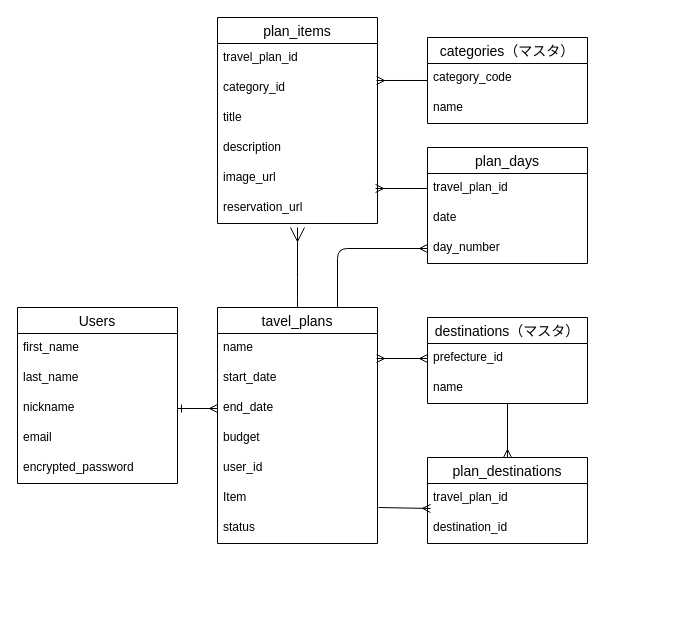
Ri9mochi/tripease keeps this draw.io diagram as page "ページ1" (1 of 2) of .dio. Above is the earlier version. Source tidied: cells renumbered, new cells numbered last; positions are measured from the earlier drawing's top-left corner, leaving out a move shared by most shapes. Both pictures are drawn from the tidied source at 100%, with x=0, y=0 at pixel (17, 17).
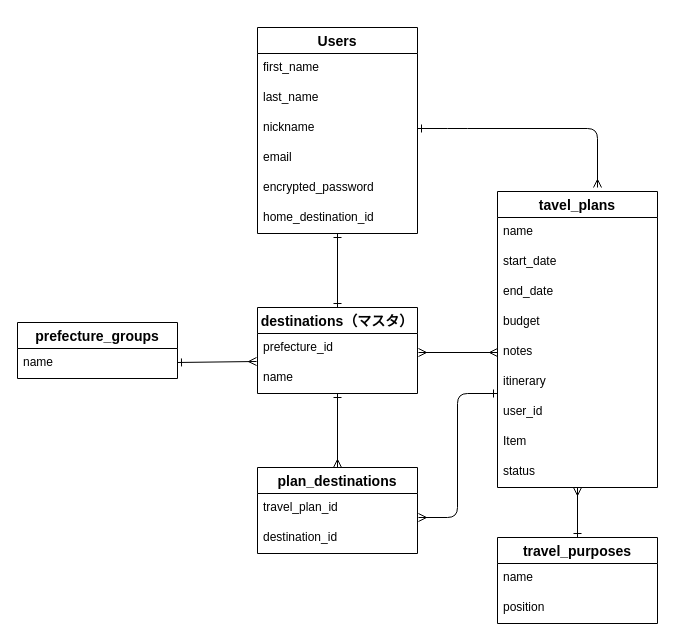
After the change.

Commit message (it also covers changes not shown here):
ReadmeとER図の修正

The change refers to these unchanged cells:
```xml
<mxCell id="6" value="nickname" style="text;strokeColor=none;fillColor=none;spacingLeft=4;spacingRight=4;overflow=hidden;points=[[0,0.5],[1,0.5]];portConstraint=eastwest;fontSize=12;whiteSpace=wrap;html=1;" parent="3" vertex="1">
  <mxGeometry y="86" width="160" height="30" as="geometry" />
</mxCell>
<mxCell id="12" value="name" style="text;strokeColor=none;fillColor=none;spacingLeft=4;spacingRight=4;overflow=hidden;points=[[0,0.5],[1,0.5]];portConstraint=eastwest;fontSize=12;whiteSpace=wrap;html=1;" parent="11" vertex="1">
  <mxGeometry y="26" width="160" height="30" as="geometry" />
</mxCell>
<mxCell id="14" value="end_date" style="text;strokeColor=none;fillColor=none;spacingLeft=4;spacingRight=4;overflow=hidden;points=[[0,0.5],[1,0.5]];portConstraint=eastwest;fontSize=12;whiteSpace=wrap;html=1;" parent="11" vertex="1">
  <mxGeometry y="86" width="160" height="30" as="geometry" />
</mxCell>
<mxCell id="29" value="prefecture_id" style="text;strokeColor=none;fillColor=none;spacingLeft=4;spacingRight=4;overflow=hidden;points=[[0,0.5],[1,0.5]];portConstraint=eastwest;fontSize=12;whiteSpace=wrap;html=1;" parent="28" vertex="1">
  <mxGeometry y="26" width="160" height="30" as="geometry" />
</mxCell>
<mxCell id="41" value="travel_plan_id" style="text;strokeColor=none;fillColor=none;spacingLeft=4;spacingRight=4;overflow=hidden;points=[[0,0.5],[1,0.5]];portConstraint=eastwest;fontSize=12;whiteSpace=wrap;html=1;" parent="40" vertex="1">
  <mxGeometry y="26" width="160" height="30" as="geometry" />
</mxCell>
```

What changed in the source:
```diff
@@
-    <mxCell id="2" style="edgeStyle=none;html=1;entryX=0;entryY=0.5;entryDx=0;entryDy=0;endArrow=ERmany;endFill=0;jumpSize=10;endSize=6;startArrow=ERone;startFill=0;startSize=6;exitX=1;exitY=0.5;exitDx=0;exitDy=0;" parent="1" edge="1" source="6" target="14">
-      <mxGeometry relative="1" as="geometry" />
-    </mxCell>
+    <mxCell id="45" style="edgeStyle=none;html=1;exitX=1;exitY=0.5;exitDx=0;exitDy=0;endArrow=ERmany;endFill=0;startArrow=ERone;startFill=0;" parent="1" edge="1" source="6">
+      <mxGeometry relative="1" as="geometry">
+        <mxPoint x="580" y="170" as="targetPoint" />
+        <Array as="points">
+          <mxPoint x="440" y="111" />
+          <mxPoint x="580" y="111" />
+        </Array>
+      </mxGeometry>
+    </mxCell>
+    <mxCell id="46" style="edgeStyle=none;html=1;entryX=0.5;entryY=0;entryDx=0;entryDy=0;endArrow=ERone;endFill=0;startArrow=ERone;startFill=0;" parent="1" edge="1" source="3" target="28">
+      <mxGeometry relative="1" as="geometry" />
+    </mxCell>
-    <mxCell id="3" value="Users" style="swimlane;fontStyle=0;horizontal=1;startSize=26;align=center;fontSize=14;" parent="1" vertex="1">
-      <mxGeometry y="290" width="160" height="176" as="geometry" />
+    <mxCell id="3" value="Users" style="swimlane;fontStyle=1;horizontal=1;startSize=26;align=center;fontSize=14;" parent="1" vertex="1">
+      <mxGeometry x="240" y="10" width="160" height="206" as="geometry" />
     </mxCell>
@@
-    <mxCell id="9" style="edgeStyle=none;html=1;endArrow=ERmany;endFill=0;endSize=12;" parent="1" edge="1" source="11">
-      <mxGeometry relative="1" as="geometry">
-        <mxPoint x="280" y="210" as="targetPoint" />
-        <Array as="points">
-          <mxPoint x="280" y="270" />
-        </Array>
-      </mxGeometry>
-    </mxCell>
-    <mxCell id="10" style="edgeStyle=none;html=1;exitX=0.75;exitY=0;exitDx=0;exitDy=0;entryX=0;entryY=0.5;entryDx=0;entryDy=0;endArrow=ERmany;endFill=0;" parent="1" edge="1" source="11" target="35">
-      <mxGeometry relative="1" as="geometry">
-        <Array as="points">
-          <mxPoint x="320" y="231" />
-        </Array>
-      </mxGeometry>
-    </mxCell>
+    <mxCell id="47" value="home_destination_id" style="text;strokeColor=none;fillColor=none;spacingLeft=4;spacingRight=4;overflow=hidden;fontSize=12;whiteSpace=wrap;html=1;" parent="3" vertex="1">
+      <mxGeometry y="176" width="160" height="30" as="geometry" />
+    </mxCell>
+    <mxCell id="48" style="edgeStyle=none;html=1;entryX=0.5;entryY=0;entryDx=0;entryDy=0;endArrow=ERone;endFill=0;startArrow=ERmany;startFill=0;" parent="1" edge="1" source="11" target="37">
+      <mxGeometry relative="1" as="geometry" />
+    </mxCell>
+    <mxCell id="49" style="edgeStyle=none;html=1;exitX=0;exitY=0.5;exitDx=0;exitDy=0;endArrow=ERmany;endFill=0;startArrow=ERmany;startFill=0;" parent="1" edge="1" source="50">
+      <mxGeometry relative="1" as="geometry">
+        <mxPoint x="401" y="335" as="targetPoint" />
+      </mxGeometry>
+    </mxCell>
-    <mxCell id="11" value="tavel_plans" style="swimlane;fontStyle=0;horizontal=1;startSize=26;align=center;fontSize=14;" parent="1" vertex="1">
-      <mxGeometry x="200" y="290" width="160" height="236" as="geometry" />
+    <mxCell id="11" value="tavel_plans" style="swimlane;fontStyle=1;horizontal=1;startSize=26;align=center;fontSize=14;" parent="1" vertex="1">
+      <mxGeometry x="480" y="174" width="160" height="296" as="geometry" />
     </mxCell>
@@
+    <mxCell id="50" value="notes" style="text;strokeColor=none;fillColor=none;spacingLeft=4;spacingRight=4;overflow=hidden;points=[[0,0.5],[1,0.5]];portConstraint=eastwest;fontSize=12;whiteSpace=wrap;html=1;" parent="11" vertex="1">
+      <mxGeometry y="146" width="160" height="30" as="geometry" />
+    </mxCell>
+    <mxCell id="51" value="itinerary" style="text;strokeColor=none;fillColor=none;spacingLeft=4;spacingRight=4;overflow=hidden;fontSize=12;whiteSpace=wrap;html=1;" parent="11" vertex="1">
+      <mxGeometry y="176" width="160" height="30" as="geometry" />
+    </mxCell>
     <mxCell id="16" value="user_id" style="text;strokeColor=none;fillColor=none;spacingLeft=4;spacingRight=4;overflow=hidden;fontSize=12;whiteSpace=wrap;html=1;" parent="11" vertex="1">
-      <mxGeometry y="146" width="160" height="30" as="geometry" />
+      <mxGeometry y="206" width="160" height="30" as="geometry" />
     </mxCell>
     <mxCell id="17" value="Item" style="text;strokeColor=none;fillColor=none;spacingLeft=4;spacingRight=4;overflow=hidden;fontSize=12;whiteSpace=wrap;html=1;" parent="11" vertex="1">
-      <mxGeometry y="176" width="160" height="30" as="geometry" />
+      <mxGeometry y="236" width="160" height="30" as="geometry" />
     </mxCell>
     <mxCell id="18" value="status" style="text;strokeColor=none;fillColor=none;spacingLeft=4;spacingRight=4;overflow=hidden;fontSize=12;whiteSpace=wrap;html=1;" parent="11" vertex="1">
-      <mxGeometry y="206" width="160" height="30" as="geometry" />
+      <mxGeometry y="266" width="160" height="30" as="geometry" />
     </mxCell>
@@
-    <mxCell id="20" value="plan_items" style="swimlane;fontStyle=0;horizontal=1;startSize=26;align=center;fontSize=14;" parent="1" vertex="1">
-      <mxGeometry x="200" width="160" height="206" as="geometry" />
-    </mxCell>
-    <mxCell id="21" value="travel_plan_id" style="text;strokeColor=none;fillColor=none;spacingLeft=4;spacingRight=4;overflow=hidden;fontSize=12;whiteSpace=wrap;html=1;" parent="20" vertex="1">
-      <mxGeometry y="26" width="160" height="30" as="geometry" />
-    </mxCell>
-    <mxCell id="22" value="category_id" style="text;strokeColor=none;fillColor=none;spacingLeft=4;spacingRight=4;overflow=hidden;points=[[0,0.5],[1,0.5]];portConstraint=eastwest;fontSize=12;whiteSpace=wrap;html=1;" parent="20" vertex="1">
-      <mxGeometry y="56" width="160" height="30" as="geometry" />
-    </mxCell>
-    <mxCell id="23" value="title" style="text;strokeColor=none;fillColor=none;spacingLeft=4;spacingRight=4;overflow=hidden;fontSize=12;whiteSpace=wrap;html=1;" parent="20" vertex="1">
-      <mxGeometry y="86" width="160" height="30" as="geometry" />
-    </mxCell>
-    <mxCell id="24" value="description" style="text;strokeColor=none;fillColor=none;spacingLeft=4;spacingRight=4;overflow=hidden;fontSize=12;whiteSpace=wrap;html=1;" parent="20" vertex="1">
-      <mxGeometry y="116" width="160" height="30" as="geometry" />
-    </mxCell>
-    <mxCell id="25" value="image_url" style="text;strokeColor=none;fillColor=none;spacingLeft=4;spacingRight=4;overflow=hidden;points=[[0,0.5],[1,0.5]];portConstraint=eastwest;fontSize=12;whiteSpace=wrap;html=1;" parent="20" vertex="1">
-      <mxGeometry y="146" width="160" height="30" as="geometry" />
-    </mxCell>
-    <mxCell id="26" value="reservation_url" style="text;strokeColor=none;fillColor=none;spacingLeft=4;spacingRight=4;overflow=hidden;fontSize=12;whiteSpace=wrap;html=1;" parent="20" vertex="1">
-      <mxGeometry y="176" width="160" height="30" as="geometry" />
-    </mxCell>
-    <mxCell id="27" style="edgeStyle=none;html=1;entryX=0.5;entryY=0;entryDx=0;entryDy=0;endArrow=ERmany;endFill=0;" parent="1" edge="1" source="28" target="40">
+    <mxCell id="27" style="edgeStyle=none;html=1;entryX=0.5;entryY=0;entryDx=0;entryDy=0;endArrow=ERmany;endFill=0;startArrow=ERone;startFill=0;" parent="1" edge="1" source="28" target="40">
       <mxGeometry relative="1" as="geometry" />
     </mxCell>
-    <mxCell id="28" value="destinations（マスタ）" style="swimlane;fontStyle=0;horizontal=1;startSize=26;align=center;fontSize=14;" parent="1" vertex="1">
-      <mxGeometry x="410" y="300" width="160" height="86" as="geometry" />
+    <mxCell id="28" value="destinations（マスタ）" style="swimlane;fontStyle=1;horizontal=1;startSize=26;align=center;fontSize=14;" parent="1" vertex="1">
+      <mxGeometry x="240" y="290" width="160" height="86" as="geometry" />
     </mxCell>
@@
-    <mxCell id="31" style="edgeStyle=none;html=1;endArrow=ERmany;endFill=0;exitX=0;exitY=0.5;exitDx=0;exitDy=0;entryX=0.988;entryY=0.833;entryDx=0;entryDy=0;entryPerimeter=0;" parent="1" edge="1" source="33" target="25">
-      <mxGeometry relative="1" as="geometry" />
-    </mxCell>
-    <mxCell id="32" value="plan_days" style="swimlane;fontStyle=0;horizontal=1;startSize=26;align=center;fontSize=14;" parent="1" vertex="1">
-      <mxGeometry x="410" y="130" width="160" height="116" as="geometry" />
-    </mxCell>
-    <mxCell id="33" value="travel_plan_id" style="text;strokeColor=none;fillColor=none;spacingLeft=4;spacingRight=4;overflow=hidden;points=[[0,0.5],[1,0.5]];portConstraint=eastwest;fontSize=12;whiteSpace=wrap;html=1;" parent="32" vertex="1">
-      <mxGeometry y="26" width="160" height="30" as="geometry" />
-    </mxCell>
-    <mxCell id="34" value="date" style="text;strokeColor=none;fillColor=none;spacingLeft=4;spacingRight=4;overflow=hidden;fontSize=12;whiteSpace=wrap;html=1;" parent="32" vertex="1">
-      <mxGeometry y="56" width="160" height="30" as="geometry" />
-    </mxCell>
-    <mxCell id="35" value="day_number" style="text;strokeColor=none;fillColor=none;spacingLeft=4;spacingRight=4;overflow=hidden;points=[[0,0.5],[1,0.5]];portConstraint=eastwest;fontSize=12;whiteSpace=wrap;html=1;" parent="32" vertex="1">
-      <mxGeometry y="86" width="160" height="30" as="geometry" />
-    </mxCell>
-    <mxCell id="36" style="edgeStyle=none;html=1;entryX=0.994;entryY=0.233;entryDx=0;entryDy=0;entryPerimeter=0;endArrow=ERmany;endFill=0;" parent="1" edge="1" source="37" target="22">
-      <mxGeometry relative="1" as="geometry" />
-    </mxCell>
-    <mxCell id="37" value="categories（マスタ）" style="swimlane;fontStyle=0;horizontal=1;startSize=26;align=center;fontSize=14;" parent="1" vertex="1">
-      <mxGeometry x="410" y="20" width="160" height="86" as="geometry" />
+    <mxCell id="37" value="travel_purposes" style="swimlane;fontStyle=1;horizontal=1;startSize=26;align=center;fontSize=14;" parent="1" vertex="1">
+      <mxGeometry x="480" y="520" width="160" height="86" as="geometry" />
     </mxCell>
-    <mxCell id="38" value="category_code" style="text;strokeColor=none;fillColor=none;spacingLeft=4;spacingRight=4;overflow=hidden;fontSize=12;whiteSpace=wrap;html=1;" parent="37" vertex="1">
+    <mxCell id="38" value="name" style="text;strokeColor=none;fillColor=none;spacingLeft=4;spacingRight=4;overflow=hidden;fontSize=12;whiteSpace=wrap;html=1;" parent="37" vertex="1">
       <mxGeometry y="26" width="160" height="30" as="geometry" />
     </mxCell>
-    <mxCell id="39" value="name" style="text;strokeColor=none;fillColor=none;spacingLeft=4;spacingRight=4;overflow=hidden;fontSize=12;whiteSpace=wrap;html=1;" parent="37" vertex="1">
+    <mxCell id="39" value="position" style="text;strokeColor=none;fillColor=none;spacingLeft=4;spacingRight=4;overflow=hidden;fontSize=12;whiteSpace=wrap;html=1;" parent="37" vertex="1">
       <mxGeometry y="56" width="160" height="30" as="geometry" />
     </mxCell>
-    <mxCell id="40" value="plan_destinations" style="swimlane;fontStyle=0;horizontal=1;startSize=26;align=center;fontSize=14;" parent="1" vertex="1">
-      <mxGeometry x="410" y="440" width="160" height="86" as="geometry" />
+    <mxCell id="40" value="plan_destinations" style="swimlane;fontStyle=1;horizontal=1;startSize=26;align=center;fontSize=14;" parent="1" vertex="1">
+      <mxGeometry x="240" y="450" width="160" height="86" as="geometry" />
     </mxCell>
@@
-    <mxCell id="43" style="edgeStyle=none;html=1;exitX=0.994;exitY=0.833;exitDx=0;exitDy=0;entryX=0;entryY=0.5;entryDx=0;entryDy=0;endArrow=ERmany;endFill=0;startArrow=ERmany;startFill=0;exitPerimeter=0;" parent="1" edge="1" source="12" target="29">
-      <mxGeometry relative="1" as="geometry" />
-    </mxCell>
-    <mxCell id="44" style="edgeStyle=none;html=1;entryX=0.019;entryY=0.833;entryDx=0;entryDy=0;entryPerimeter=0;endArrow=ERmany;endFill=0;" parent="1" edge="1" target="41">
-      <mxGeometry relative="1" as="geometry">
-        <mxPoint x="361" y="490" as="sourcePoint" />
-      </mxGeometry>
-    </mxCell>
+    <mxCell id="52" value="prefecture_groups" style="swimlane;fontStyle=1;horizontal=1;startSize=26;align=center;fontSize=14;" parent="1" vertex="1">
+      <mxGeometry y="305" width="160" height="56" as="geometry" />
+    </mxCell>
+    <mxCell id="53" value="name" style="text;strokeColor=none;fillColor=none;spacingLeft=4;spacingRight=4;overflow=hidden;points=[[0,0.5],[1,0.5]];portConstraint=eastwest;fontSize=12;whiteSpace=wrap;html=1;" parent="52" vertex="1">
+      <mxGeometry y="26" width="160" height="30" as="geometry" />
+    </mxCell>
+    <mxCell id="54" style="edgeStyle=none;html=1;entryX=1.006;entryY=0.8;entryDx=0;entryDy=0;entryPerimeter=0;exitX=0;exitY=0.5;exitDx=0;exitDy=0;endArrow=ERmany;endFill=0;startArrow=ERone;startFill=0;" parent="1" edge="1" target="41">
+      <mxGeometry relative="1" as="geometry">
+        <mxPoint x="480" y="376" as="sourcePoint" />
+        <Array as="points">
+          <mxPoint x="440" y="376" />
+          <mxPoint x="440" y="500" />
+        </Array>
+      </mxGeometry>
+    </mxCell>
+    <mxCell id="55" style="edgeStyle=none;html=1;entryX=-0.006;entryY=0.933;entryDx=0;entryDy=0;entryPerimeter=0;endArrow=ERmany;endFill=0;startArrow=ERone;startFill=0;" parent="1" edge="1" source="53" target="29">
+      <mxGeometry relative="1" as="geometry" />
+    </mxCell>
```
